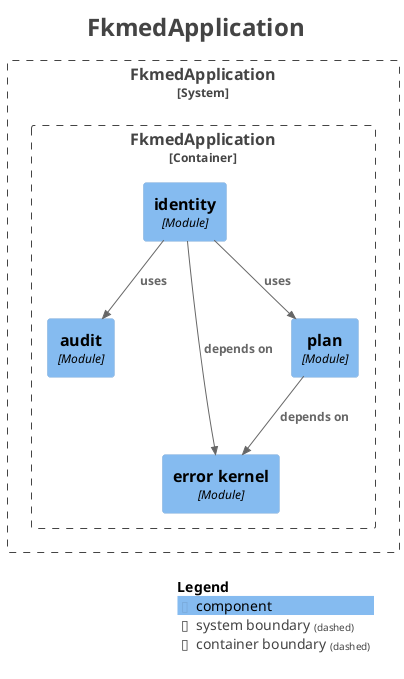
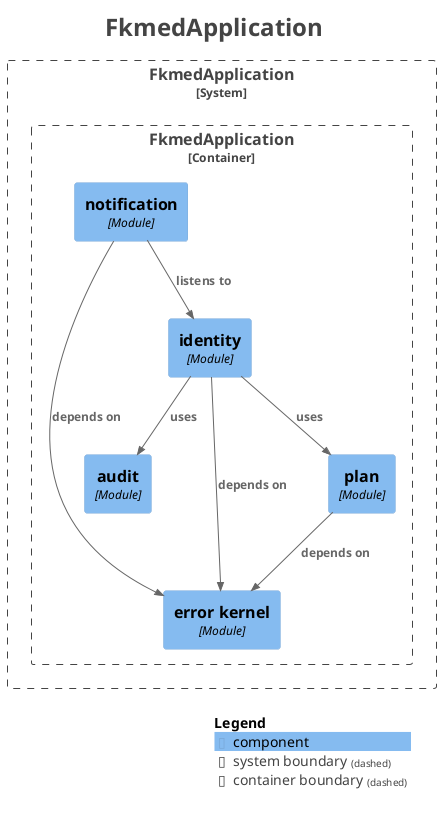
@startuml
title <size:24>FkmedApplication</size>

set separator none
top to bottom direction

<style>
  root {
    BackgroundColor: #ffffff
    FontColor: #444444
  }
</style>

!include <C4/C4>
!include <C4/C4_Context>
!include <C4/C4_Component>

System_Boundary("FkmedApplication_boundary", "FkmedApplication", $tags="") {
  Container_Boundary("FkmedApplication.FkmedApplication_boundary", "FkmedApplication", $tags="") {
    Component(FkmedApplication.FkmedApplication.audit, "audit", $techn="Module", $descr="", $tags="", $link="")
    Component(FkmedApplication.FkmedApplication.errorkernel, "error kernel", $techn="Module", $descr="", $tags="", $link="")
    Component(FkmedApplication.FkmedApplication.plan, "plan", $techn="Module", $descr="", $tags="", $link="")
    Component(FkmedApplication.FkmedApplication.identity, "identity", $techn="Module", $descr="", $tags="", $link="")
+     Component(FkmedApplication.FkmedApplication.notification, "notification", $techn="Module", $descr="", $tags="", $link="")
  }

}

+ Rel(FkmedApplication.FkmedApplication.identity, FkmedApplication.FkmedApplication.audit, "uses", $techn="", $tags="", $link="")
+ Rel(FkmedApplication.FkmedApplication.identity, FkmedApplication.FkmedApplication.errorkernel, "depends on", $techn="", $tags="", $link="")
Rel(FkmedApplication.FkmedApplication.identity, FkmedApplication.FkmedApplication.plan, "uses", $techn="", $tags="", $link="")
- Rel(FkmedApplication.FkmedApplication.identity, FkmedApplication.FkmedApplication.audit, "uses", $techn="", $tags="", $link="")
+ Rel(FkmedApplication.FkmedApplication.notification, FkmedApplication.FkmedApplication.errorkernel, "depends on", $techn="", $tags="", $link="")
+ Rel(FkmedApplication.FkmedApplication.notification, FkmedApplication.FkmedApplication.identity, "listens to", $techn="", $tags="", $link="")
Rel(FkmedApplication.FkmedApplication.plan, FkmedApplication.FkmedApplication.errorkernel, "depends on", $techn="", $tags="", $link="")
- Rel(FkmedApplication.FkmedApplication.identity, FkmedApplication.FkmedApplication.errorkernel, "depends on", $techn="", $tags="", $link="")

SHOW_LEGEND(true)
hide stereotypes
@enduml